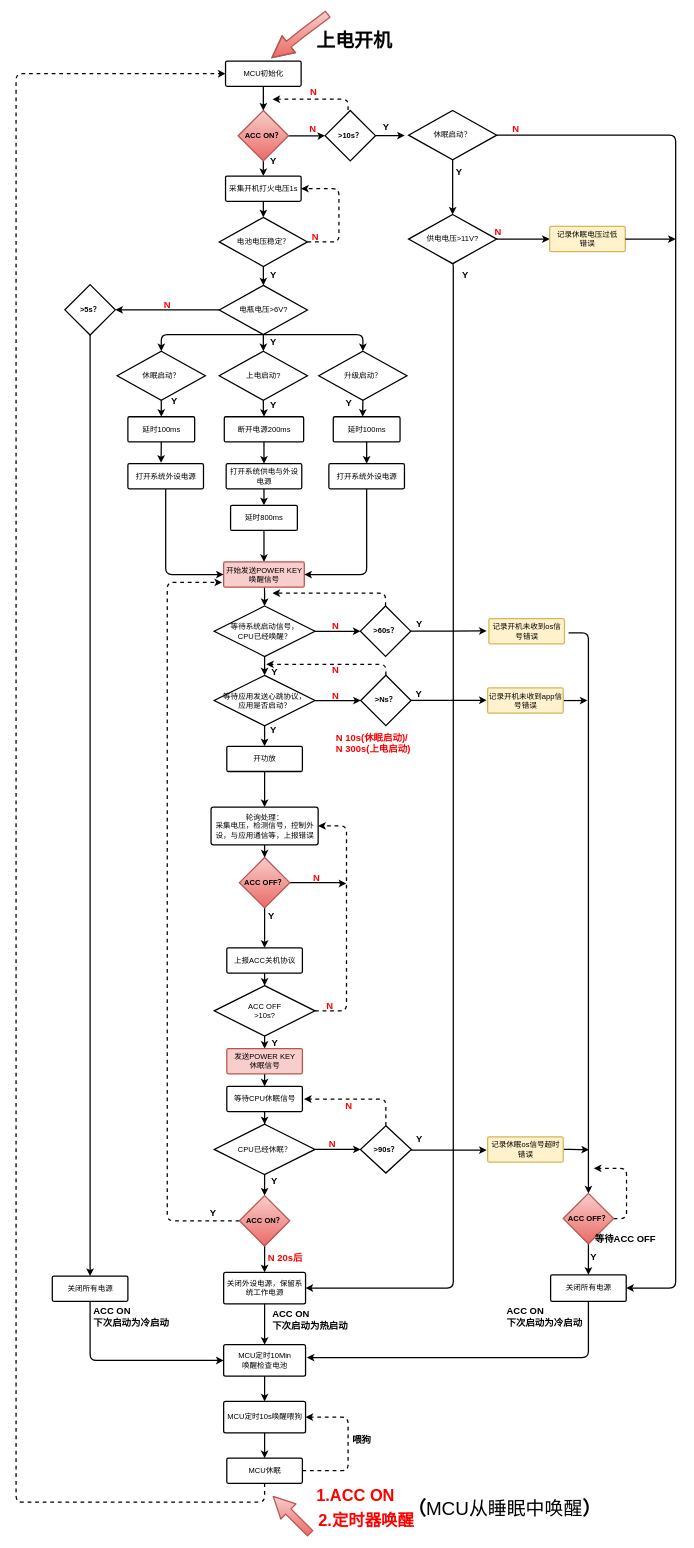
yintianlan/Picture_Draw keeps this draw.io diagram as page "第 3 页" (3 of 3) of 009_XIUMING.drawio. Above is the earlier version. Source tidied: cells renumbered, new cells numbered last; positions are measured from the earlier drawing's top-left corner, leaving out a move shared by most shapes. Both pictures are drawn from the tidied source at 63%, with x=0, y=0 at pixel (16, 14).
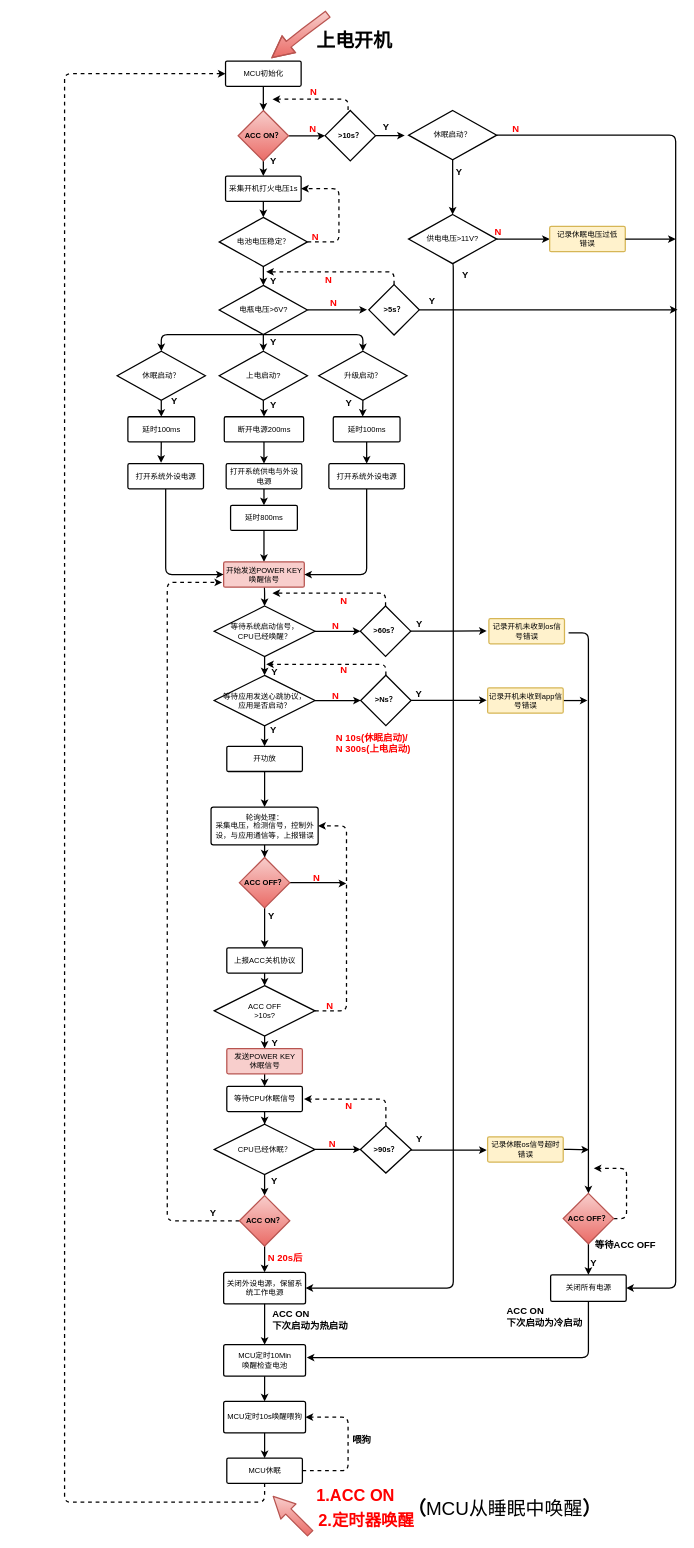
The same page after the edit.

Unchanged cells that the change refers to:
```xml
<mxCell id="11" value="电瓶电压&amp;gt;6V?" style="strokeWidth=2;html=1;shape=mxgraph.flowchart.decision;whiteSpace=wrap;fillColor=#ffffff;fontFamily=Helvetica;align=center;strokeColor=#000000;" parent="1" vertex="1">
  <mxGeometry x="322.5" y="430.5" width="140" height="78" as="geometry" />
</mxCell>
<mxCell id="31" value="MCU休眠" style="strokeWidth=2;html=1;shape=mxgraph.flowchart.process;whiteSpace=wrap;fillColor=none;fontFamily=Helvetica;align=center;strokeColor=#000000;" parent="1" vertex="1">
  <mxGeometry x="334.5" y="2292" width="120" height="40" as="geometry" />
</mxCell>
<mxCell id="41" value="MCU初始化" style="strokeWidth=2;html=1;shape=mxgraph.flowchart.process;whiteSpace=wrap;fontFamily=Helvetica;align=center;" parent="1" vertex="1">
  <mxGeometry x="332.5" y="74.5" width="120" height="40" as="geometry" />
</mxCell>
<mxCell id="128" value="MCU定时10Min&lt;br&gt;唤醒检查电池" style="strokeWidth=2;html=1;shape=mxgraph.flowchart.process;whiteSpace=wrap;fillColor=none;fontFamily=Helvetica;align=center;strokeColor=#000000;" parent="1" vertex="1">
  <mxGeometry x="329.5" y="2112" width="130" height="50" as="geometry" />
</mxCell>
```

Change to the diagram source:
```diff
@@
-    <mxCell id="9" style="edgeStyle=orthogonalEdgeStyle;rounded=1;jettySize=auto;html=1;entryX=0.5;entryY=0;entryDx=0;entryDy=0;entryPerimeter=0;strokeWidth=2;exitX=0.5;exitY=1;exitDx=0;exitDy=0;" parent="1" edge="1" source="138" target="68">
-      <mxGeometry relative="1" as="geometry" />
-    </mxCell>
-    <mxCell id="10" style="edgeStyle=orthogonalEdgeStyle;rounded=0;jettySize=auto;html=1;strokeWidth=2;entryX=1;entryY=0.5;entryDx=0;entryDy=0;" parent="1" edge="1" source="11" target="138">
-      <mxGeometry relative="1" as="geometry" />
-    </mxCell>
+    <mxCell id="157" style="edgeStyle=orthogonalEdgeStyle;rounded=1;jettySize=auto;html=1;exitX=1;exitY=0.5;exitDx=0;exitDy=0;exitPerimeter=0;strokeWidth=2;" parent="1" edge="1" source="11">
+      <mxGeometry relative="1" as="geometry">
+        <mxPoint x="557" y="469.2" as="targetPoint" />
+      </mxGeometry>
+    </mxCell>
@@
     <mxCell id="29" style="edgeStyle=orthogonalEdgeStyle;rounded=1;jettySize=auto;html=1;exitX=0.5;exitY=1;exitDx=0;exitDy=0;exitPerimeter=0;strokeWidth=2;entryX=0;entryY=0.5;entryDx=0;entryDy=0;entryPerimeter=0;dashed=1;" parent="1" edge="1" source="31" target="41">
       <mxGeometry relative="1" as="geometry">
         <Array as="points">
           <mxPoint x="395" y="2362" />
-          <mxPoint y="2362" />
-          <mxPoint y="95" />
+          <mxPoint x="77" y="2362" />
+          <mxPoint x="77" y="95" />
         </Array>
       </mxGeometry>
     </mxCell>
@@
     <mxCell id="36" value="Y" style="text;html=1;align=center;verticalAlign=middle;spacingTop=-4;fontFamily=Helvetica;labelPosition=center;verticalLabelPosition=middle;strokeWidth=2;fontSize=15;fontStyle=1;" parent="1" vertex="1">
-      <mxGeometry x="397.5" y="410.5" width="20" height="10" as="geometry" />
+      <mxGeometry x="397.5" y="419.5" width="20" height="10" as="geometry" />
     </mxCell>
@@
-    <mxCell id="67" style="edgeStyle=orthogonalEdgeStyle;rounded=1;jettySize=auto;html=1;exitX=0.5;exitY=1;exitDx=0;exitDy=0;exitPerimeter=0;entryX=0;entryY=0.5;entryDx=0;entryDy=0;entryPerimeter=0;strokeWidth=2;" parent="1" edge="1" source="68" target="128">
-      <mxGeometry relative="1" as="geometry" />
-    </mxCell>
-    <mxCell id="68" value="关闭所有电源&lt;br&gt;" style="strokeWidth=2;html=1;shape=mxgraph.flowchart.process;whiteSpace=wrap;fillColor=none;fontFamily=Helvetica;align=center;strokeColor=#000000;" parent="1" vertex="1">
-      <mxGeometry x="57.5" y="2003" width="120" height="40" as="geometry" />
-    </mxCell>
@@
     <mxCell id="78" value="&lt;span style=&quot;font-size: 15px&quot;&gt;&lt;font color=&quot;#ff0000&quot;&gt;N&lt;/font&gt;&lt;/span&gt;" style="text;html=1;align=left;verticalAlign=top;spacingTop=-4;fontFamily=Helvetica;strokeWidth=2;fontSize=15;fontStyle=1;" parent="1" vertex="1">
-      <mxGeometry x="232.5" y="449.5" width="30" height="20" as="geometry" />
+      <mxGeometry x="496.5" y="447" width="30" height="20" as="geometry" />
     </mxCell>
@@
-    <mxCell id="96" value="&lt;b&gt;ACC ON&lt;br&gt;下次启动为冷启动&lt;br&gt;&lt;/b&gt;" style="text;html=1;align=left;verticalAlign=top;spacingTop=-4;fontSize=15;fontFamily=Helvetica;" parent="1" vertex="1">
-      <mxGeometry x="120.5" y="2047" width="140" height="40" as="geometry" />
-    </mxCell>
@@
     <mxCell id="106" value="Y" style="text;html=1;strokeColor=none;fillColor=none;align=center;verticalAlign=middle;whiteSpace=wrap;rounded=0;labelBackgroundColor=none;fontFamily=Helvetica;fontSize=15;fontStyle=1;" parent="1" vertex="1">
-      <mxGeometry x="897" y="1962" width="40" height="20" as="geometry" />
+      <mxGeometry x="897" y="1972" width="40" height="20" as="geometry" />
     </mxCell>
@@
     <mxCell id="133" value="&lt;b&gt;&lt;font style=&quot;font-size: 15px&quot;&gt;等待ACC OFF&lt;/font&gt;&lt;/b&gt;" style="text;html=1;align=left;verticalAlign=top;spacingTop=-4;" parent="1" vertex="1">
-      <mxGeometry x="917" y="1932" width="110" height="20" as="geometry" />
+      <mxGeometry x="917" y="1942" width="110" height="20" as="geometry" />
     </mxCell>
@@
+    <mxCell id="158" style="edgeStyle=orthogonalEdgeStyle;rounded=1;jettySize=auto;html=1;exitX=0.5;exitY=0;exitDx=0;exitDy=0;strokeWidth=2;dashed=1;" parent="1" edge="1" source="138">
+      <mxGeometry relative="1" as="geometry">
+        <mxPoint x="397" y="409" as="targetPoint" />
+        <Array as="points">
+          <mxPoint x="600" y="409" />
+        </Array>
+      </mxGeometry>
+    </mxCell>
+    <mxCell id="159" style="edgeStyle=orthogonalEdgeStyle;rounded=1;jettySize=auto;html=1;exitX=1;exitY=0.5;exitDx=0;exitDy=0;strokeWidth=2;" parent="1" edge="1" source="138">
+      <mxGeometry relative="1" as="geometry">
+        <mxPoint x="1050" y="469.2" as="targetPoint" />
+      </mxGeometry>
+    </mxCell>
     <mxCell id="138" value="&lt;b&gt;&amp;gt;5s？&lt;/b&gt;" style="rhombus;whiteSpace=wrap;html=1;strokeWidth=2;fontFamily=Helvetica;align=center;" parent="1" vertex="1">
-      <mxGeometry x="77.5" y="429.3" width="80" height="80" as="geometry" />
+      <mxGeometry x="560" y="429.3" width="80" height="80" as="geometry" />
     </mxCell>
@@
     <mxCell id="149" value="&lt;span style=&quot;font-size: 15px&quot;&gt;&lt;font color=&quot;#ff0000&quot;&gt;N&lt;/font&gt;&lt;/span&gt;" style="text;html=1;align=left;verticalAlign=top;spacingTop=-4;fontFamily=Helvetica;strokeWidth=2;fontSize=15;fontStyle=1;" parent="1" vertex="1">
-      <mxGeometry x="499.5" y="1029.5" width="30" height="20" as="geometry" />
+      <mxGeometry x="512.5" y="1029.5" width="30" height="20" as="geometry" />
     </mxCell>
@@
+    <mxCell id="160" value="&lt;span style=&quot;font-size: 15px&quot;&gt;&lt;font color=&quot;#ff0000&quot;&gt;N&lt;/font&gt;&lt;/span&gt;" style="text;html=1;align=left;verticalAlign=top;spacingTop=-4;fontFamily=Helvetica;strokeWidth=2;fontSize=15;fontStyle=1;" parent="1" vertex="1">
+      <mxGeometry x="512.5" y="919.5" width="30" height="20" as="geometry" />
+    </mxCell>
+    <mxCell id="161" value="Y" style="text;html=1;align=center;verticalAlign=middle;spacingTop=-4;fontFamily=Helvetica;labelPosition=center;verticalLabelPosition=middle;strokeWidth=2;fontSize=15;fontStyle=1;" parent="1" vertex="1">
+      <mxGeometry x="649.5" y="452" width="20" height="10" as="geometry" />
+    </mxCell>
+    <mxCell id="162" value="&lt;span style=&quot;font-size: 15px&quot;&gt;&lt;font color=&quot;#ff0000&quot;&gt;N&lt;/font&gt;&lt;/span&gt;" style="text;html=1;align=left;verticalAlign=top;spacingTop=-4;fontFamily=Helvetica;strokeWidth=2;fontSize=15;fontStyle=1;" parent="1" vertex="1">
+      <mxGeometry x="488.5" y="409.5" width="30" height="20" as="geometry" />
+    </mxCell>
```
